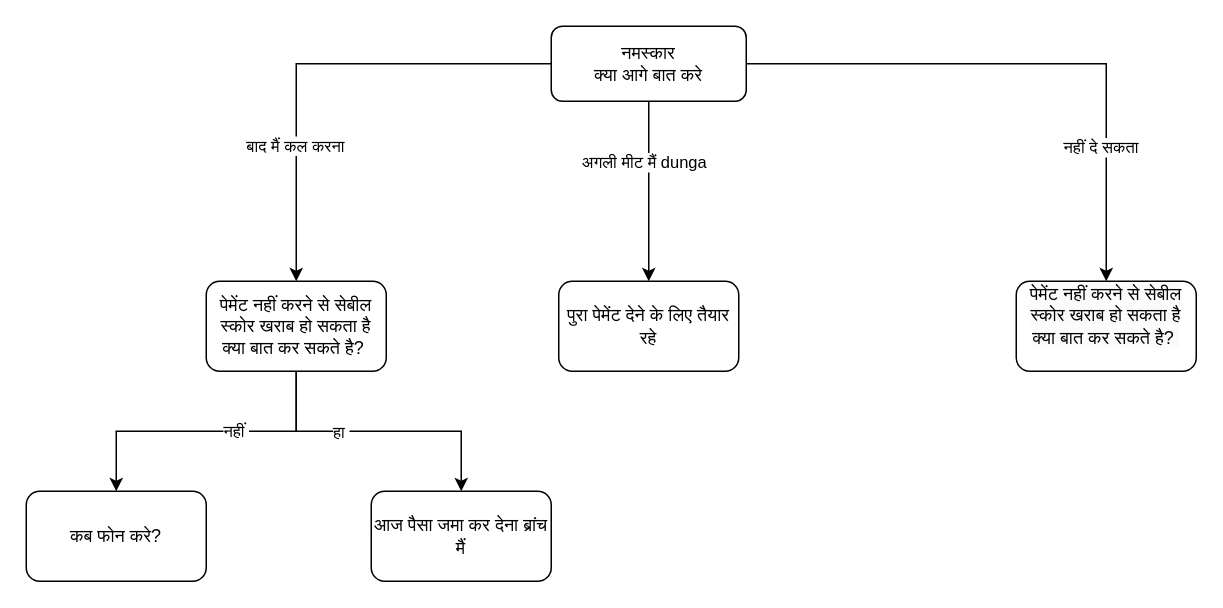
Earlier version of the draw.io diagram drawings/Bot Conversation Flow V1.drawio (PraveenChordia/draw.io). Source tidied: cells renumbered, new cells numbered last; positions are measured from the earlier drawing's top-left corner, leaving out a move shared by most shapes. Both pictures are drawn from the tidied source at 150%, with x=0, y=0 at pixel (26, 26).
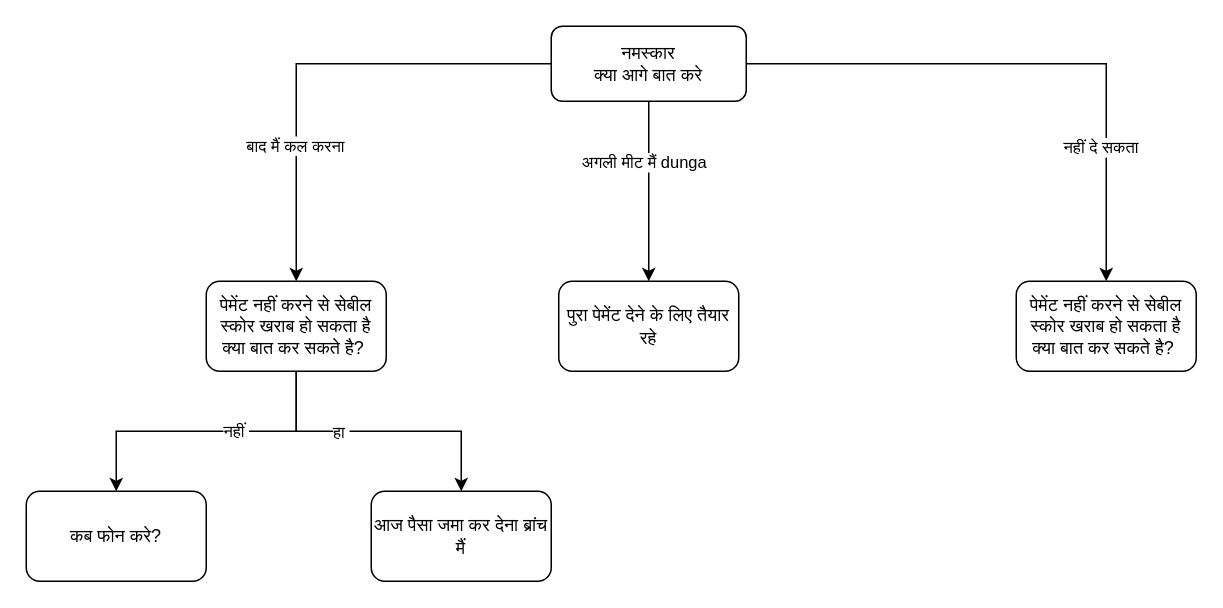
Above is the later version.

What changed in the source:
```diff
@@
 <mxGraphModel>
   <root>
     <mxCell id="0" />
     <mxCell id="1" parent="0" />
     <mxCell id="2" style="edgeStyle=orthogonalEdgeStyle;rounded=0;jettySize=auto;html=1;" parent="1" edge="1" source="8" target="13">
       <mxGeometry relative="1" as="geometry" />
     </mxCell>
     <mxCell id="3" value="बाद मैं कल करना&amp;nbsp;" style="edgeLabel;html=1;align=center;verticalAlign=middle;" parent="2" vertex="1">
       <mxGeometry x="0.42" relative="1" as="geometry" />
     </mxCell>
     <mxCell id="4" style="edgeStyle=orthogonalEdgeStyle;rounded=0;jettySize=auto;html=1;" parent="1" edge="1" source="8" target="14">
       <mxGeometry relative="1" as="geometry" />
     </mxCell>
     <mxCell id="5" value="अगली मीट मैं dunga" style="edgeLabel;html=1;align=center;verticalAlign=middle;" parent="4" vertex="1">
       <mxGeometry x="-0.33" y="-4" relative="1" as="geometry" />
     </mxCell>
     <mxCell id="6" style="edgeStyle=orthogonalEdgeStyle;rounded=0;jettySize=auto;html=1;" parent="1" edge="1" source="8" target="15">
       <mxGeometry relative="1" as="geometry" />
     </mxCell>
     <mxCell id="7" value="नहीं दे सकता&amp;nbsp;" style="edgeLabel;html=1;align=center;verticalAlign=middle;" parent="6" vertex="1">
       <mxGeometry x="0.53" y="-3" relative="1" as="geometry" />
     </mxCell>
     <mxCell id="8" value="नमस्कार&lt;br&gt;क्या आगे बात करे" style="rounded=1;whiteSpace=wrap;html=1;" parent="1" vertex="1">
       <mxGeometry x="350" width="130" height="50" as="geometry" />
     </mxCell>
     <mxCell id="9" style="edgeStyle=orthogonalEdgeStyle;rounded=0;jettySize=auto;html=1;" parent="1" edge="1" source="13" target="16">
       <mxGeometry relative="1" as="geometry" />
     </mxCell>
     <mxCell id="10" value="हा&amp;nbsp;" style="edgeLabel;html=1;align=center;verticalAlign=middle;" parent="9" vertex="1">
       <mxGeometry x="-0.27" relative="1" as="geometry" />
     </mxCell>
     <mxCell id="11" style="edgeStyle=orthogonalEdgeStyle;rounded=0;jettySize=auto;html=1;" parent="1" edge="1" source="13" target="17">
       <mxGeometry relative="1" as="geometry" />
     </mxCell>
     <mxCell id="12" value="नहीं&amp;nbsp;" style="edgeLabel;html=1;align=center;verticalAlign=middle;" parent="11" vertex="1">
       <mxGeometry x="-0.19" y="-1" relative="1" as="geometry" />
     </mxCell>
     <mxCell id="13" value="पेमेंट नहीं करने से सेबील स्कोर खराब हो सकता है&lt;br&gt;क्या बात कर सकते है?&amp;nbsp;" style="whiteSpace=wrap;html=1;rounded=1;" parent="1" vertex="1">
       <mxGeometry x="120" y="170" width="120" height="60" as="geometry" />
     </mxCell>
     <mxCell id="14" value="पुरा पेमेंट देने के लिए तैयार रहे" style="whiteSpace=wrap;html=1;rounded=1;" parent="1" vertex="1">
       <mxGeometry x="355" y="170" width="120" height="60" as="geometry" />
     </mxCell>
-    <mxCell id="15" value="&#10;&lt;span style=&quot;color: rgb(0, 0, 0); font-family: Helvetica; font-size: 12px; font-style: normal; font-variant-ligatures: normal; font-variant-caps: normal; font-weight: 400; letter-spacing: normal; orphans: 2; text-align: center; text-indent: 0px; text-transform: none; widows: 2; word-spacing: 0px; -webkit-text-stroke-width: 0px; background-color: rgb(251, 251, 251); text-decoration-thickness: initial; text-decoration-style: initial; text-decoration-color: initial; float: none; display: inline !important;&quot;&gt;पेमेंट नहीं करने से सेबील स्कोर खराब हो सकता है&lt;/span&gt;&lt;br style=&quot;border-color: var(--border-color); color: rgb(0, 0, 0); font-family: Helvetica; font-size: 12px; font-style: normal; font-variant-ligatures: normal; font-variant-caps: normal; font-weight: 400; letter-spacing: normal; orphans: 2; text-align: center; text-indent: 0px; text-transform: none; widows: 2; word-spacing: 0px; -webkit-text-stroke-width: 0px; background-color: rgb(251, 251, 251); text-decoration-thickness: initial; text-decoration-style: initial; text-decoration-color: initial;&quot;&gt;&lt;span style=&quot;color: rgb(0, 0, 0); font-family: Helvetica; font-size: 12px; font-style: normal; font-variant-ligatures: normal; font-variant-caps: normal; font-weight: 400; letter-spacing: normal; orphans: 2; text-align: center; text-indent: 0px; text-transform: none; widows: 2; word-spacing: 0px; -webkit-text-stroke-width: 0px; background-color: rgb(251, 251, 251); text-decoration-thickness: initial; text-decoration-style: initial; text-decoration-color: initial; float: none; display: inline !important;&quot;&gt;क्या बात कर सकते है?&amp;nbsp;&lt;/span&gt;&#10;&#10;" style="whiteSpace=wrap;html=1;rounded=1;" parent="1" vertex="1">
+    <mxCell id="15" value="&lt;span style=&quot;font-family: Helvetica; font-size: 12px; font-style: normal; font-variant-ligatures: normal; font-variant-caps: normal; font-weight: 400; letter-spacing: normal; orphans: 2; text-align: center; text-indent: 0px; text-transform: none; widows: 2; word-spacing: 0px; -webkit-text-stroke-width: 0px; text-decoration-thickness: initial; text-decoration-style: initial; text-decoration-color: initial; float: none; display: inline !important;&quot;&gt;पेमेंट नहीं करने से सेबील स्कोर खराब हो सकता है&lt;/span&gt;&lt;br style=&quot;border-color: var(--border-color); font-family: Helvetica; font-size: 12px; font-style: normal; font-variant-ligatures: normal; font-variant-caps: normal; font-weight: 400; letter-spacing: normal; orphans: 2; text-align: center; text-indent: 0px; text-transform: none; widows: 2; word-spacing: 0px; -webkit-text-stroke-width: 0px; text-decoration-thickness: initial; text-decoration-style: initial; text-decoration-color: initial;&quot;&gt;&lt;span style=&quot;font-family: Helvetica; font-size: 12px; font-style: normal; font-variant-ligatures: normal; font-variant-caps: normal; font-weight: 400; letter-spacing: normal; orphans: 2; text-align: center; text-indent: 0px; text-transform: none; widows: 2; word-spacing: 0px; -webkit-text-stroke-width: 0px; text-decoration-thickness: initial; text-decoration-style: initial; text-decoration-color: initial; float: none; display: inline !important;&quot;&gt;क्या बात कर सकते है?&amp;nbsp;&lt;/span&gt;" style="whiteSpace=wrap;html=1;rounded=1;labelBackgroundColor=none;fontColor=default;" parent="1" vertex="1">
       <mxGeometry x="660" y="170" width="120" height="60" as="geometry" />
     </mxCell>
     <mxCell id="16" value="आज पैसा जमा कर देना ब्रांच मैं" style="whiteSpace=wrap;html=1;rounded=1;" parent="1" vertex="1">
       <mxGeometry x="230" y="310" width="120" height="60" as="geometry" />
     </mxCell>
     <mxCell id="17" value="कब फोन करे?" style="whiteSpace=wrap;html=1;rounded=1;" parent="1" vertex="1">
       <mxGeometry y="310" width="120" height="60" as="geometry" />
     </mxCell>
   </root>
 </mxGraphModel>
```
